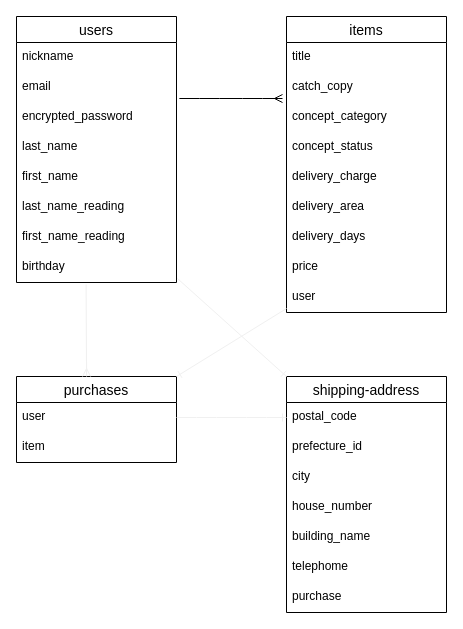
Before: furima.dio in usagi-mikan/furima-35683, a draw.io diagram. Source tidied: cells renumbered, new cells numbered last; positions are measured from the earlier drawing's top-left corner, leaving out a move shared by most shapes. Both pictures are drawn from the tidied source at 100%, with x=0, y=0 at pixel (16, 16).
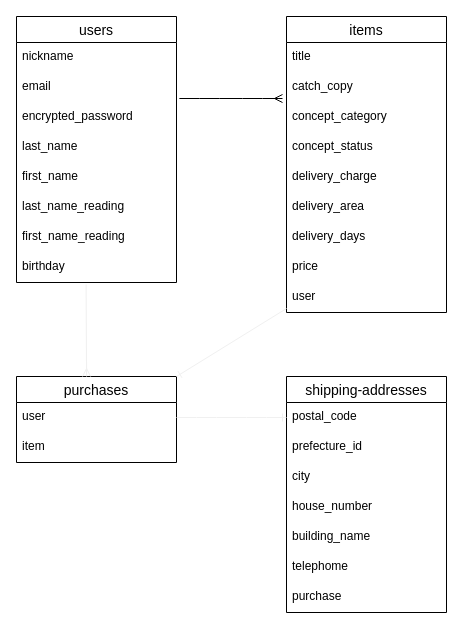
The same page after the edit.

Commit message (it also covers changes not shown here):
データベース設計・ER図設計の再修正

Unchanged cells that the change refers to:
```xml
<mxCell id="10" value="birthday" style="text;strokeColor=none;fillColor=none;spacingLeft=4;spacingRight=4;overflow=hidden;points=[[0,0.5],[1,0.5]];portConstraint=eastwest;fontSize=12;" parent="2" vertex="1">
  <mxGeometry y="236" width="160" height="30" as="geometry" />
</mxCell>
```

What changed in the source:
```diff
@@
-    <mxCell id="24" value="shipping-address" style="swimlane;fontStyle=0;horizontal=1;startSize=26;align=center;fontSize=14;" parent="1" vertex="1">
+    <mxCell id="24" value="shipping-addresses" style="swimlane;fontStyle=0;horizontal=1;startSize=26;align=center;fontSize=14;" parent="1" vertex="1">
       <mxGeometry x="270" y="360" width="160" height="236" as="geometry" />
     </mxCell>
@@
-    <mxCell id="35" style="fontSize=12;html=1;endArrow=ERone;endFill=0;strokeColor=#f0f0f0;entryX=0;entryY=0;entryDx=0;entryDy=0;exitX=1.006;exitY=0.867;exitDx=0;exitDy=0;exitPerimeter=0;" parent="1" edge="1" source="10" target="24">
-      <mxGeometry relative="1" as="geometry" />
-    </mxCell>
```
